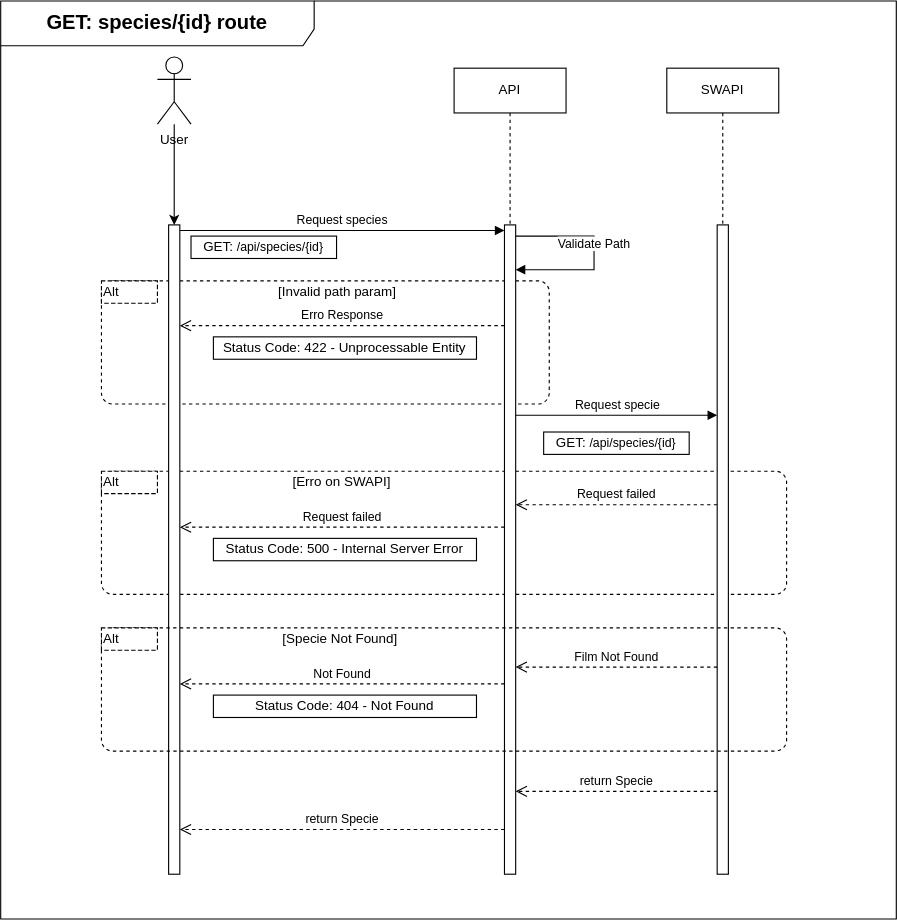
Earlier version of the draw.io export docs/diagrams/Diagrama de rotas species id.svg (KhovetS2/starwars-api). Source tidied: cells renumbered, new cells last; positions are measured from the earlier drawing's top-left corner, leaving out a move shared by most shapes. Source of this version:
```xml
<mxGraphModel>
  <root>
    <mxCell id="0" />
    <mxCell id="1" parent="0" />
    <mxCell id="2" style="html=1;align=center;verticalAlign=top;rounded=1;absoluteArcSize=1;arcSize=20;dashed=1;whiteSpace=wrap;fillColor=none;" parent="1" vertex="1">
      <mxGeometry x="90" y="420" width="612" height="110" as="geometry" />
    </mxCell>
    <mxCell id="3" style="html=1;align=center;verticalAlign=top;rounded=1;absoluteArcSize=1;arcSize=20;dashed=1;whiteSpace=wrap;fillColor=none;" parent="1" vertex="1">
      <mxGeometry x="90" y="250" width="400" height="110" as="geometry" />
    </mxCell>
    <mxCell id="4" style="html=1;points=[[0,0,0,0,5],[0,1,0,0,-5],[1,0,0,0,5],[1,1,0,0,-5]];perimeter=orthogonalPerimeter;outlineConnect=0;targetShapes=umlLifeline;portConstraint=eastwest;newEdgeStyle={&quot;curved&quot;:0,&quot;rounded&quot;:0};" parent="1" vertex="1">
      <mxGeometry x="450" y="200" width="10" height="580" as="geometry" />
    </mxCell>
    <mxCell id="5" value="Request species" style="html=1;verticalAlign=bottom;endArrow=block;curved=0;rounded=0;entryX=0;entryY=0;entryDx=0;entryDy=5;" parent="1" edge="1" source="13" target="4">
      <mxGeometry relative="1" as="geometry" />
    </mxCell>
    <mxCell id="6" value="return Specie" style="html=1;verticalAlign=bottom;endArrow=open;dashed=1;endSize=8;curved=0;rounded=0;" parent="1" edge="1">
      <mxGeometry relative="1" as="geometry">
        <mxPoint x="450" y="740" as="sourcePoint" />
        <mxPoint x="160" y="740" as="targetPoint" />
      </mxGeometry>
    </mxCell>
    <mxCell id="7" style="html=1;perimeter=orthogonalPerimeter;targetShapes=umlLifeline;newEdgeStyle={&quot;curved&quot;:0,&quot;rounded&quot;:0};" parent="1" vertex="1">
      <mxGeometry x="640" y="200" width="10" height="580" as="geometry" />
    </mxCell>
    <mxCell id="8" value="&lt;span&gt;Request&amp;nbsp;&lt;/span&gt;specie" style="html=1;verticalAlign=bottom;endArrow=block;curved=0;rounded=0;" parent="1" edge="1">
      <mxGeometry x="0.01" relative="1" as="geometry">
        <mxPoint x="460" y="370" as="sourcePoint" />
        <mxPoint x="640" y="370" as="targetPoint" />
      </mxGeometry>
    </mxCell>
    <mxCell id="9" value="API" style="shape=umlLifeline;perimeter=lifelinePerimeter;whiteSpace=wrap;html=1;newEdgeStyle={&quot;curved&quot;:0,&quot;rounded&quot;:0};" parent="1" vertex="1">
      <mxGeometry x="405" y="60" width="100" height="140" as="geometry" />
    </mxCell>
    <mxCell id="10" value="SWAPI" style="shape=umlLifeline;perimeter=lifelinePerimeter;whiteSpace=wrap;html=1;newEdgeStyle={&quot;curved&quot;:0,&quot;rounded&quot;:0};" parent="1" vertex="1">
      <mxGeometry x="595" y="60" width="100" height="140" as="geometry" />
    </mxCell>
    <mxCell id="11" style="edgeStyle=orthogonalEdgeStyle;rounded=0;jettySize=auto;html=1;" parent="1" edge="1" source="12" target="13">
      <mxGeometry relative="1" as="geometry">
        <Array as="points">
          <mxPoint x="160" y="80" />
          <mxPoint x="160" y="405" />
        </Array>
      </mxGeometry>
    </mxCell>
    <mxCell id="12" value="User&lt;div&gt;&lt;br&gt;&lt;/div&gt;" style="shape=umlActor;verticalLabelPosition=bottom;verticalAlign=top;html=1;" parent="1" vertex="1">
      <mxGeometry x="140" y="50" width="30" height="60" as="geometry" />
    </mxCell>
    <mxCell id="13" style="html=1;points=[[0,0,0,0,5],[0,1,0,0,-5],[1,0,0,0,5],[1,1,0,0,-5]];perimeter=orthogonalPerimeter;outlineConnect=0;targetShapes=umlLifeline;portConstraint=eastwest;newEdgeStyle={&quot;curved&quot;:0,&quot;rounded&quot;:0};" parent="1" vertex="1">
      <mxGeometry x="150" y="200" width="10" height="580" as="geometry" />
    </mxCell>
    <mxCell id="14" value="GET:&amp;nbsp;&lt;span style=&quot;font-size: 11px; text-wrap-mode: nowrap;&quot;&gt;/api/&lt;/span&gt;&lt;font style=&quot;font-size: 11px;&quot;&gt;species&lt;/font&gt;&lt;span style=&quot;font-size: 11px; text-wrap-mode: nowrap;&quot;&gt;/{id}&lt;/span&gt;" style="rounded=0;whiteSpace=wrap;html=1;" parent="1" vertex="1">
      <mxGeometry x="170" y="210" width="130" height="20" as="geometry" />
    </mxCell>
    <mxCell id="15" value="GET:&amp;nbsp;&lt;span style=&quot;font-size: 11px; text-wrap-mode: nowrap;&quot;&gt;/api/&lt;/span&gt;&lt;font style=&quot;font-size: 11px;&quot;&gt;species&lt;/font&gt;&lt;span style=&quot;font-size: 11px; text-wrap-mode: nowrap;&quot;&gt;/{id}&lt;/span&gt;" style="rounded=0;whiteSpace=wrap;html=1;" parent="1" vertex="1">
      <mxGeometry x="485" y="385" width="130" height="20" as="geometry" />
    </mxCell>
    <mxCell id="16" value="Alt" style="shape=partialRectangle;html=1;top=1;align=left;dashed=1;" parent="1" vertex="1">
      <mxGeometry x="90" y="250" width="50" height="20" as="geometry" />
    </mxCell>
    <mxCell id="17" value="Alt" style="shape=partialRectangle;html=1;top=1;align=left;dashed=1;" parent="1" vertex="1">
      <mxGeometry x="90" y="420" width="50" height="20" as="geometry" />
    </mxCell>
    <mxCell id="18" value="Status Code: 422 - Unprocessable Entity" style="rounded=0;whiteSpace=wrap;html=1;" parent="1" vertex="1">
      <mxGeometry x="190" y="300" width="235" height="20" as="geometry" />
    </mxCell>
    <mxCell id="19" value="[Invalid path param]" style="text;html=1;whiteSpace=wrap;strokeColor=none;fillColor=none;align=center;verticalAlign=middle;rounded=0;" parent="1" vertex="1">
      <mxGeometry x="246" y="250" width="110" height="20" as="geometry" />
    </mxCell>
    <mxCell id="20" value="Status Code: 500 - Internal Server Error" style="rounded=0;whiteSpace=wrap;html=1;" parent="1" vertex="1">
      <mxGeometry x="190" y="480" width="235" height="20" as="geometry" />
    </mxCell>
    <mxCell id="21" value="[Erro on SWAPI]" style="text;html=1;whiteSpace=wrap;strokeColor=none;fillColor=none;align=center;verticalAlign=middle;rounded=0;" parent="1" vertex="1">
      <mxGeometry x="260" y="420" width="90" height="20" as="geometry" />
    </mxCell>
    <mxCell id="22" style="html=1;align=center;verticalAlign=top;rounded=1;absoluteArcSize=1;arcSize=20;dashed=1;whiteSpace=wrap;fillColor=none;" parent="1" vertex="1">
      <mxGeometry x="90" y="560" width="612" height="110" as="geometry" />
    </mxCell>
    <mxCell id="23" value="Alt" style="shape=partialRectangle;html=1;top=1;align=left;dashed=1;" parent="1" vertex="1">
      <mxGeometry x="90" y="560" width="50" height="20" as="geometry" />
    </mxCell>
    <mxCell id="24" value="Status Code: 404 - Not Found" style="rounded=0;whiteSpace=wrap;html=1;" parent="1" vertex="1">
      <mxGeometry x="190" y="620" width="235" height="20" as="geometry" />
    </mxCell>
    <mxCell id="25" value="[Specie&amp;nbsp;Not Found]" style="text;html=1;whiteSpace=wrap;strokeColor=none;fillColor=none;align=center;verticalAlign=middle;rounded=0;" parent="1" vertex="1">
      <mxGeometry x="244" y="560" width="119" height="20" as="geometry" />
    </mxCell>
    <mxCell id="26" value="&lt;b&gt;&lt;font style=&quot;font-size: 18px;&quot;&gt;GET:&amp;nbsp;&lt;/font&gt;&lt;font style=&quot;font-size: 18px;&quot;&gt;species&lt;/font&gt;&lt;font style=&quot;font-size: 18px;&quot;&gt;/{id} route&lt;/font&gt;&lt;/b&gt;" style="shape=umlFrame;whiteSpace=wrap;html=1;width=280;height=40;" parent="1" vertex="1">
      <mxGeometry width="800" height="820" as="geometry" />
    </mxCell>
    <mxCell id="27" value="Validate Path" style="html=1;verticalAlign=bottom;endArrow=block;curved=0;rounded=0;" parent="1" edge="1" target="4">
      <mxGeometry x="0.01" relative="1" as="geometry">
        <mxPoint x="460" y="210" as="sourcePoint" />
        <Array as="points">
          <mxPoint x="530" y="210" />
          <mxPoint x="530" y="240" />
        </Array>
      </mxGeometry>
    </mxCell>
    <mxCell id="28" value="return Specie" style="html=1;verticalAlign=bottom;endArrow=open;dashed=1;endSize=8;curved=0;rounded=0;" parent="1" edge="1">
      <mxGeometry relative="1" as="geometry">
        <mxPoint x="640" y="706" as="sourcePoint" />
        <mxPoint x="460" y="706" as="targetPoint" />
      </mxGeometry>
    </mxCell>
    <mxCell id="29" value="Not Found" style="html=1;verticalAlign=bottom;endArrow=open;dashed=1;endSize=8;curved=0;rounded=0;" parent="1" edge="1">
      <mxGeometry relative="1" as="geometry">
        <mxPoint x="450" y="610" as="sourcePoint" />
        <mxPoint x="160" y="610" as="targetPoint" />
      </mxGeometry>
    </mxCell>
    <mxCell id="30" value="Film Not Found" style="html=1;verticalAlign=bottom;endArrow=open;dashed=1;endSize=8;curved=0;rounded=0;" parent="1" edge="1">
      <mxGeometry relative="1" as="geometry">
        <mxPoint x="640" y="595" as="sourcePoint" />
        <mxPoint x="460" y="595" as="targetPoint" />
      </mxGeometry>
    </mxCell>
    <mxCell id="31" value="Request failed" style="html=1;verticalAlign=bottom;endArrow=open;dashed=1;endSize=8;curved=0;rounded=0;" parent="1" edge="1">
      <mxGeometry relative="1" as="geometry">
        <mxPoint x="640" y="450" as="sourcePoint" />
        <mxPoint x="460" y="450" as="targetPoint" />
      </mxGeometry>
    </mxCell>
    <mxCell id="32" value="Request failed" style="html=1;verticalAlign=bottom;endArrow=open;dashed=1;endSize=8;curved=0;rounded=0;" parent="1" edge="1">
      <mxGeometry relative="1" as="geometry">
        <mxPoint x="450" y="470" as="sourcePoint" />
        <mxPoint x="160" y="470" as="targetPoint" />
      </mxGeometry>
    </mxCell>
    <mxCell id="33" value="Erro Response" style="html=1;verticalAlign=bottom;endArrow=open;dashed=1;endSize=8;curved=0;rounded=0;" parent="1" edge="1">
      <mxGeometry relative="1" as="geometry">
        <mxPoint x="450" y="290" as="sourcePoint" />
        <mxPoint x="160" y="290" as="targetPoint" />
      </mxGeometry>
    </mxCell>
  </root>
</mxGraphModel>
```
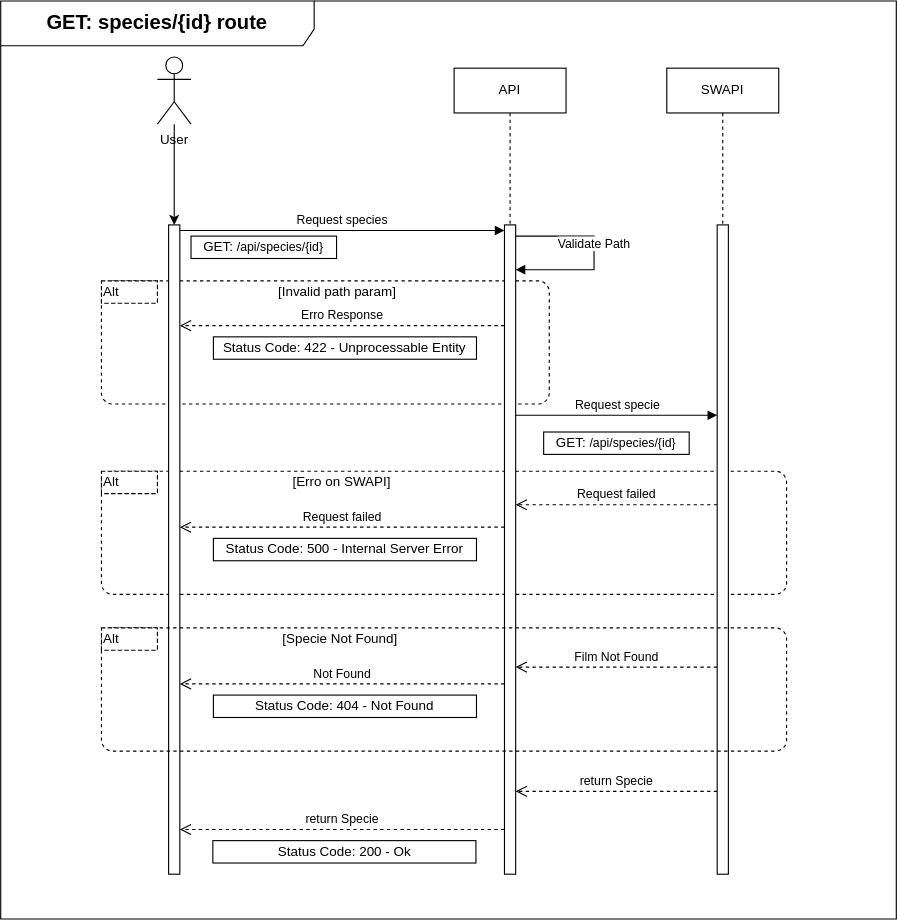
Later version of the same file.

The edit, as a diff of the source:
```diff
@@ -133,5 +133,8 @@
         <mxPoint x="160" y="290" as="targetPoint" />
       </mxGeometry>
     </mxCell>
+    <mxCell id="34" value="Status Code: 200 - Ok" style="rounded=0;whiteSpace=wrap;html=1;" parent="1" vertex="1">
+      <mxGeometry x="189.5" y="750" width="235" height="20" as="geometry" />
+    </mxCell>
   </root>
 </mxGraphModel>
```
